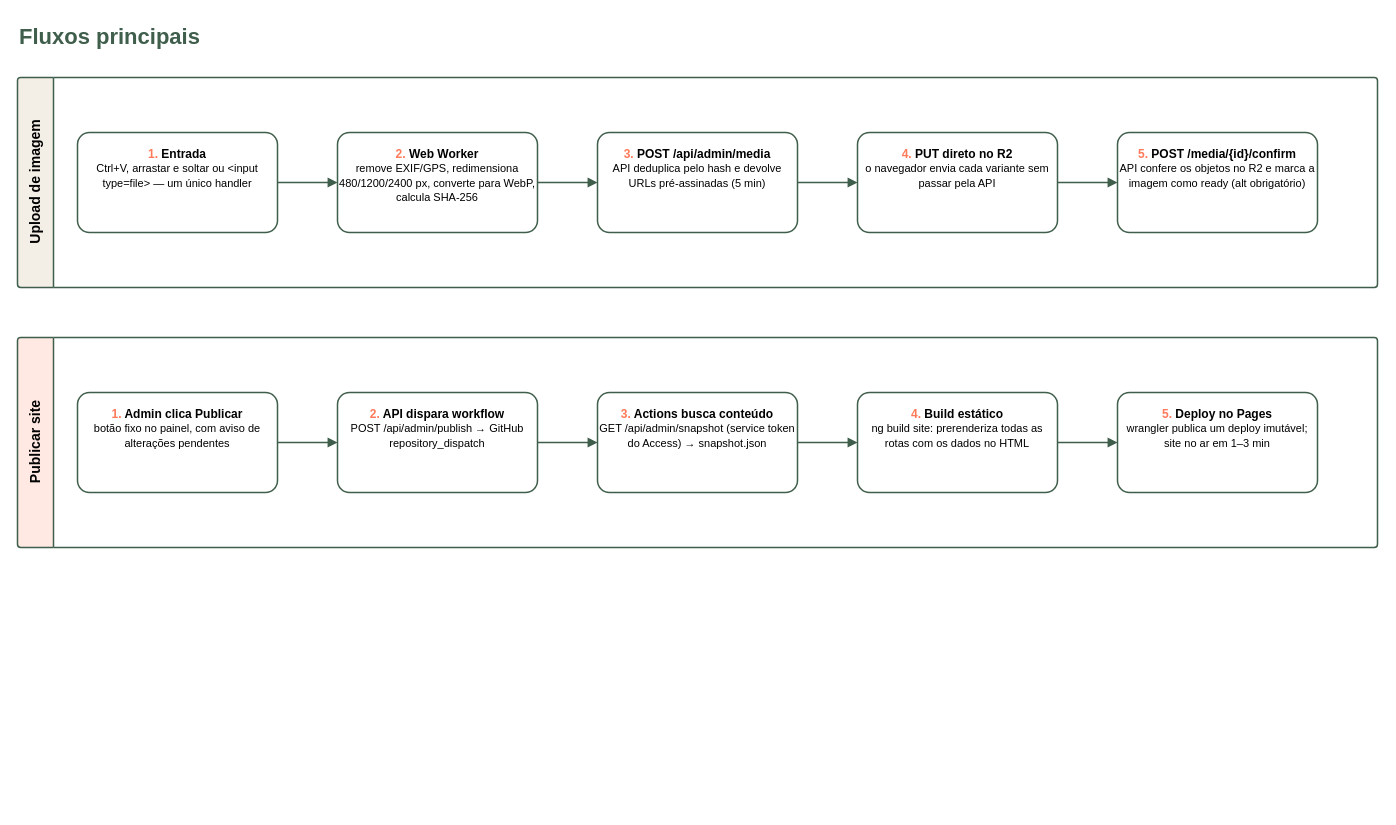
Above: page "Fluxos" (2 of 3) of docs/arquitetura.drawio in Diomar2603/portifolio-online (draw.io), before the change. Source tidied: cells renumbered, new cells numbered last; positions are measured from the earlier drawing's top-left corner, leaving out a move shared by most shapes. Both pictures are drawn from the tidied source at 100%, with x=0, y=0 at pixel (17, 17).
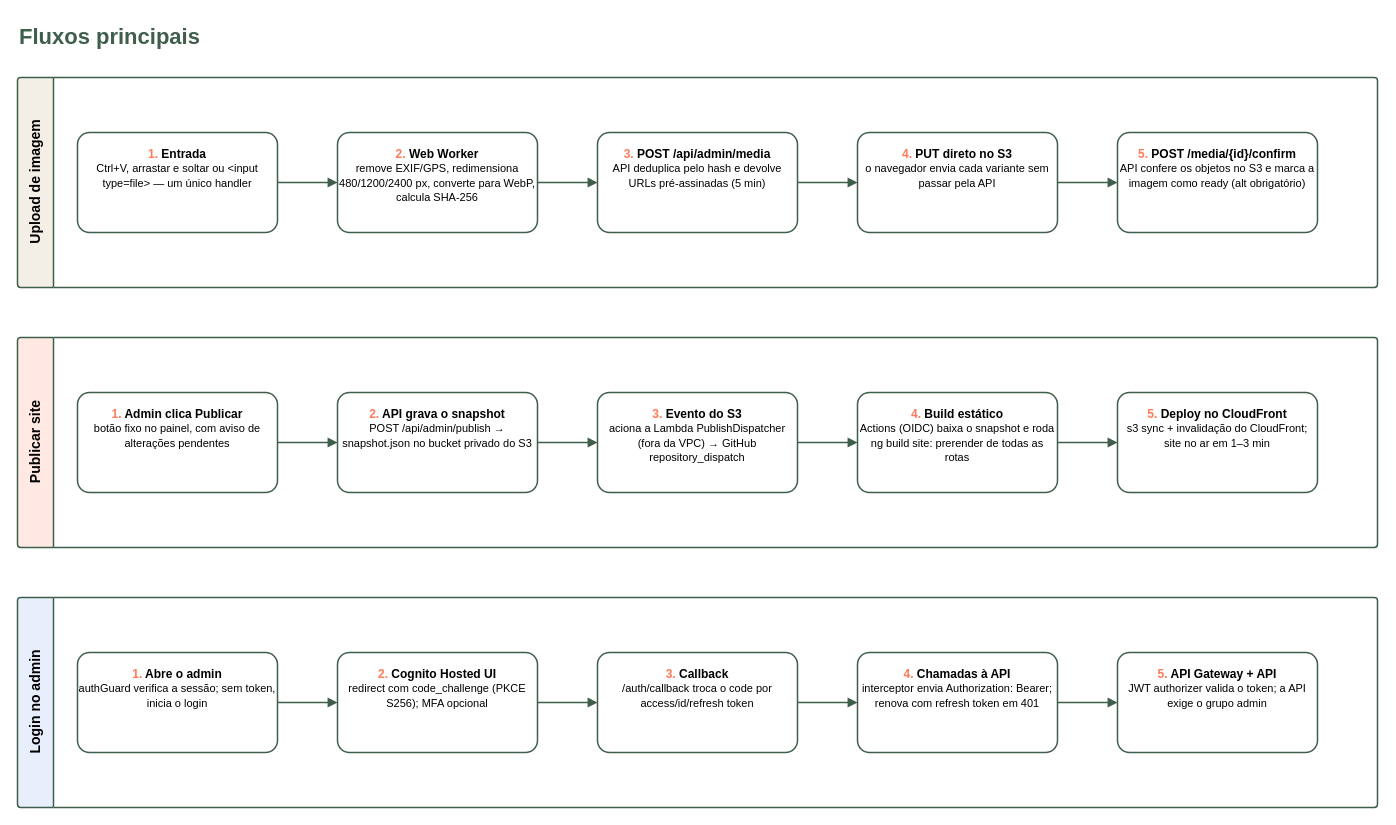
Above is the later version.

The edit, as a diff of the source:
```diff
@@
-    <mxCell id="7" value="&lt;b&gt;&lt;font color=&quot;#FF7A59&quot;&gt;4.&lt;/font&gt; PUT direto no R2&lt;/b&gt;&lt;br&gt;&lt;span style=&quot;font-size:11px&quot;&gt;o navegador envia cada variante sem passar pela API&lt;/span&gt;" style="rounded=1;whiteSpace=wrap;html=1;arcSize=12;fontSize=12;strokeWidth=1.5;fillColor=#FFFFFF;strokeColor=#3F5E4B;verticalAlign=top;spacingTop=8;" parent="1" vertex="1">
+    <mxCell id="7" value="&lt;b&gt;&lt;font color=&quot;#FF7A59&quot;&gt;4.&lt;/font&gt; PUT direto no S3&lt;/b&gt;&lt;br&gt;&lt;span style=&quot;font-size:11px&quot;&gt;o navegador envia cada variante sem passar pela API&lt;/span&gt;" style="rounded=1;whiteSpace=wrap;html=1;arcSize=12;fontSize=12;strokeWidth=1.5;fillColor=#FFFFFF;strokeColor=#3F5E4B;verticalAlign=top;spacingTop=8;" parent="1" vertex="1">
       <mxGeometry x="840" y="115" width="200" height="100" as="geometry" />
     </mxCell>
-    <mxCell id="8" value="&lt;b&gt;&lt;font color=&quot;#FF7A59&quot;&gt;5.&lt;/font&gt; POST /media/{id}/confirm&lt;/b&gt;&lt;br&gt;&lt;span style=&quot;font-size:11px&quot;&gt;API confere os objetos no R2 e marca a imagem como ready (alt obrigatório)&lt;/span&gt;" style="rounded=1;whiteSpace=wrap;html=1;arcSize=12;fontSize=12;strokeWidth=1.5;fillColor=#FFFFFF;strokeColor=#3F5E4B;verticalAlign=top;spacingTop=8;" parent="1" vertex="1">
+    <mxCell id="8" value="&lt;b&gt;&lt;font color=&quot;#FF7A59&quot;&gt;5.&lt;/font&gt; POST /media/{id}/confirm&lt;/b&gt;&lt;br&gt;&lt;span style=&quot;font-size:11px&quot;&gt;API confere os objetos no S3 e marca a imagem como ready (alt obrigatório)&lt;/span&gt;" style="rounded=1;whiteSpace=wrap;html=1;arcSize=12;fontSize=12;strokeWidth=1.5;fillColor=#FFFFFF;strokeColor=#3F5E4B;verticalAlign=top;spacingTop=8;" parent="1" vertex="1">
       <mxGeometry x="1100" y="115" width="200" height="100" as="geometry" />
     </mxCell>
@@
-    <mxCell id="15" value="&lt;b&gt;&lt;font color=&quot;#FF7A59&quot;&gt;2.&lt;/font&gt; API dispara workflow&lt;/b&gt;&lt;br&gt;&lt;span style=&quot;font-size:11px&quot;&gt;POST /api/admin/publish → GitHub repository_dispatch&lt;/span&gt;" style="rounded=1;whiteSpace=wrap;html=1;arcSize=12;fontSize=12;strokeWidth=1.5;fillColor=#FFFFFF;strokeColor=#3F5E4B;verticalAlign=top;spacingTop=8;" parent="1" vertex="1">
+    <mxCell id="15" value="&lt;b&gt;&lt;font color=&quot;#FF7A59&quot;&gt;2.&lt;/font&gt; API grava o snapshot&lt;/b&gt;&lt;br&gt;&lt;span style=&quot;font-size:11px&quot;&gt;POST /api/admin/publish → snapshot.json no bucket privado do S3&lt;/span&gt;" style="rounded=1;whiteSpace=wrap;html=1;arcSize=12;fontSize=12;strokeWidth=1.5;fillColor=#FFFFFF;strokeColor=#3F5E4B;verticalAlign=top;spacingTop=8;" parent="1" vertex="1">
       <mxGeometry x="320" y="375" width="200" height="100" as="geometry" />
     </mxCell>
-    <mxCell id="16" value="&lt;b&gt;&lt;font color=&quot;#FF7A59&quot;&gt;3.&lt;/font&gt; Actions busca conteúdo&lt;/b&gt;&lt;br&gt;&lt;span style=&quot;font-size:11px&quot;&gt;GET /api/admin/snapshot (service token do Access) → snapshot.json&lt;/span&gt;" style="rounded=1;whiteSpace=wrap;html=1;arcSize=12;fontSize=12;strokeWidth=1.5;fillColor=#FFFFFF;strokeColor=#3F5E4B;verticalAlign=top;spacingTop=8;" parent="1" vertex="1">
+    <mxCell id="16" value="&lt;b&gt;&lt;font color=&quot;#FF7A59&quot;&gt;3.&lt;/font&gt; Evento do S3&lt;/b&gt;&lt;br&gt;&lt;span style=&quot;font-size:11px&quot;&gt;aciona a Lambda PublishDispatcher (fora da VPC) → GitHub repository_dispatch&lt;/span&gt;" style="rounded=1;whiteSpace=wrap;html=1;arcSize=12;fontSize=12;strokeWidth=1.5;fillColor=#FFFFFF;strokeColor=#3F5E4B;verticalAlign=top;spacingTop=8;" parent="1" vertex="1">
       <mxGeometry x="580" y="375" width="200" height="100" as="geometry" />
     </mxCell>
-    <mxCell id="17" value="&lt;b&gt;&lt;font color=&quot;#FF7A59&quot;&gt;4.&lt;/font&gt; Build estático&lt;/b&gt;&lt;br&gt;&lt;span style=&quot;font-size:11px&quot;&gt;ng build site: prerenderiza todas as rotas com os dados no HTML&lt;/span&gt;" style="rounded=1;whiteSpace=wrap;html=1;arcSize=12;fontSize=12;strokeWidth=1.5;fillColor=#FFFFFF;strokeColor=#3F5E4B;verticalAlign=top;spacingTop=8;" parent="1" vertex="1">
+    <mxCell id="17" value="&lt;b&gt;&lt;font color=&quot;#FF7A59&quot;&gt;4.&lt;/font&gt; Build estático&lt;/b&gt;&lt;br&gt;&lt;span style=&quot;font-size:11px&quot;&gt;Actions (OIDC) baixa o snapshot e roda ng build site: prerender de todas as rotas&lt;/span&gt;" style="rounded=1;whiteSpace=wrap;html=1;arcSize=12;fontSize=12;strokeWidth=1.5;fillColor=#FFFFFF;strokeColor=#3F5E4B;verticalAlign=top;spacingTop=8;" parent="1" vertex="1">
       <mxGeometry x="840" y="375" width="200" height="100" as="geometry" />
     </mxCell>
-    <mxCell id="18" value="&lt;b&gt;&lt;font color=&quot;#FF7A59&quot;&gt;5.&lt;/font&gt; Deploy no Pages&lt;/b&gt;&lt;br&gt;&lt;span style=&quot;font-size:11px&quot;&gt;wrangler publica um deploy imutável; site no ar em 1–3 min&lt;/span&gt;" style="rounded=1;whiteSpace=wrap;html=1;arcSize=12;fontSize=12;strokeWidth=1.5;fillColor=#FFFFFF;strokeColor=#3F5E4B;verticalAlign=top;spacingTop=8;" parent="1" vertex="1">
+    <mxCell id="18" value="&lt;b&gt;&lt;font color=&quot;#FF7A59&quot;&gt;5.&lt;/font&gt; Deploy no CloudFront&lt;/b&gt;&lt;br&gt;&lt;span style=&quot;font-size:11px&quot;&gt;s3 sync + invalidação do CloudFront; site no ar em 1–3 min&lt;/span&gt;" style="rounded=1;whiteSpace=wrap;html=1;arcSize=12;fontSize=12;strokeWidth=1.5;fillColor=#FFFFFF;strokeColor=#3F5E4B;verticalAlign=top;spacingTop=8;" parent="1" vertex="1">
       <mxGeometry x="1100" y="375" width="200" height="100" as="geometry" />
     </mxCell>
@@
+    <mxCell id="23" value="Login no admin" style="swimlane;horizontal=0;html=1;startSize=36;fontStyle=1;fontSize=14;rounded=1;arcSize=3;strokeWidth=1.5;fillColor=#E8EEFB;strokeColor=#3F5E4B;swimlaneFillColor=#FFFFFF;" parent="1" vertex="1">
+      <mxGeometry y="580" width="1360" height="210" as="geometry" />
+    </mxCell>
+    <mxCell id="24" value="&lt;b&gt;&lt;font color=&quot;#FF7A59&quot;&gt;1.&lt;/font&gt; Abre o admin&lt;/b&gt;&lt;br&gt;&lt;span style=&quot;font-size:11px&quot;&gt;authGuard verifica a sessão; sem token, inicia o login&lt;/span&gt;" style="rounded=1;whiteSpace=wrap;html=1;arcSize=12;fontSize=12;strokeWidth=1.5;fillColor=#FFFFFF;strokeColor=#3F5E4B;verticalAlign=top;spacingTop=8;" parent="1" vertex="1">
+      <mxGeometry x="60" y="635" width="200" height="100" as="geometry" />
+    </mxCell>
+    <mxCell id="25" value="&lt;b&gt;&lt;font color=&quot;#FF7A59&quot;&gt;2.&lt;/font&gt; Cognito Hosted UI&lt;/b&gt;&lt;br&gt;&lt;span style=&quot;font-size:11px&quot;&gt;redirect com code_challenge (PKCE S256); MFA opcional&lt;/span&gt;" style="rounded=1;whiteSpace=wrap;html=1;arcSize=12;fontSize=12;strokeWidth=1.5;fillColor=#FFFFFF;strokeColor=#3F5E4B;verticalAlign=top;spacingTop=8;" parent="1" vertex="1">
+      <mxGeometry x="320" y="635" width="200" height="100" as="geometry" />
+    </mxCell>
+    <mxCell id="26" value="&lt;b&gt;&lt;font color=&quot;#FF7A59&quot;&gt;3.&lt;/font&gt; Callback&lt;/b&gt;&lt;br&gt;&lt;span style=&quot;font-size:11px&quot;&gt;/auth/callback troca o code por access/id/refresh token&lt;/span&gt;" style="rounded=1;whiteSpace=wrap;html=1;arcSize=12;fontSize=12;strokeWidth=1.5;fillColor=#FFFFFF;strokeColor=#3F5E4B;verticalAlign=top;spacingTop=8;" parent="1" vertex="1">
+      <mxGeometry x="580" y="635" width="200" height="100" as="geometry" />
+    </mxCell>
+    <mxCell id="27" value="&lt;b&gt;&lt;font color=&quot;#FF7A59&quot;&gt;4.&lt;/font&gt; Chamadas à API&lt;/b&gt;&lt;br&gt;&lt;span style=&quot;font-size:11px&quot;&gt;interceptor envia Authorization: Bearer; renova com refresh token em 401&lt;/span&gt;" style="rounded=1;whiteSpace=wrap;html=1;arcSize=12;fontSize=12;strokeWidth=1.5;fillColor=#FFFFFF;strokeColor=#3F5E4B;verticalAlign=top;spacingTop=8;" parent="1" vertex="1">
+      <mxGeometry x="840" y="635" width="200" height="100" as="geometry" />
+    </mxCell>
+    <mxCell id="28" value="&lt;b&gt;&lt;font color=&quot;#FF7A59&quot;&gt;5.&lt;/font&gt; API Gateway + API&lt;/b&gt;&lt;br&gt;&lt;span style=&quot;font-size:11px&quot;&gt;JWT authorizer valida o token; a API exige o grupo admin&lt;/span&gt;" style="rounded=1;whiteSpace=wrap;html=1;arcSize=12;fontSize=12;strokeWidth=1.5;fillColor=#FFFFFF;strokeColor=#3F5E4B;verticalAlign=top;spacingTop=8;" parent="1" vertex="1">
+      <mxGeometry x="1100" y="635" width="200" height="100" as="geometry" />
+    </mxCell>
+    <mxCell id="29" style="edgeStyle=orthogonalEdgeStyle;rounded=1;html=1;endArrow=block;endFill=1;strokeWidth=1.5;fontSize=11;labelBackgroundColor=#FFFFFF;exitX=1;exitY=0.5;entryX=0;entryY=0.5;strokeColor=#3F5E4B;" parent="1" edge="1" source="24" target="25">
+      <mxGeometry relative="1" as="geometry" />
+    </mxCell>
+    <mxCell id="30" style="edgeStyle=orthogonalEdgeStyle;rounded=1;html=1;endArrow=block;endFill=1;strokeWidth=1.5;fontSize=11;labelBackgroundColor=#FFFFFF;exitX=1;exitY=0.5;entryX=0;entryY=0.5;strokeColor=#3F5E4B;" parent="1" edge="1" source="25" target="26">
+      <mxGeometry relative="1" as="geometry" />
+    </mxCell>
+    <mxCell id="31" style="edgeStyle=orthogonalEdgeStyle;rounded=1;html=1;endArrow=block;endFill=1;strokeWidth=1.5;fontSize=11;labelBackgroundColor=#FFFFFF;exitX=1;exitY=0.5;entryX=0;entryY=0.5;strokeColor=#3F5E4B;" parent="1" edge="1" source="26" target="27">
+      <mxGeometry relative="1" as="geometry" />
+    </mxCell>
+    <mxCell id="32" style="edgeStyle=orthogonalEdgeStyle;rounded=1;html=1;endArrow=block;endFill=1;strokeWidth=1.5;fontSize=11;labelBackgroundColor=#FFFFFF;exitX=1;exitY=0.5;entryX=0;entryY=0.5;strokeColor=#3F5E4B;" parent="1" edge="1" source="27" target="28">
+      <mxGeometry relative="1" as="geometry" />
+    </mxCell>
```
